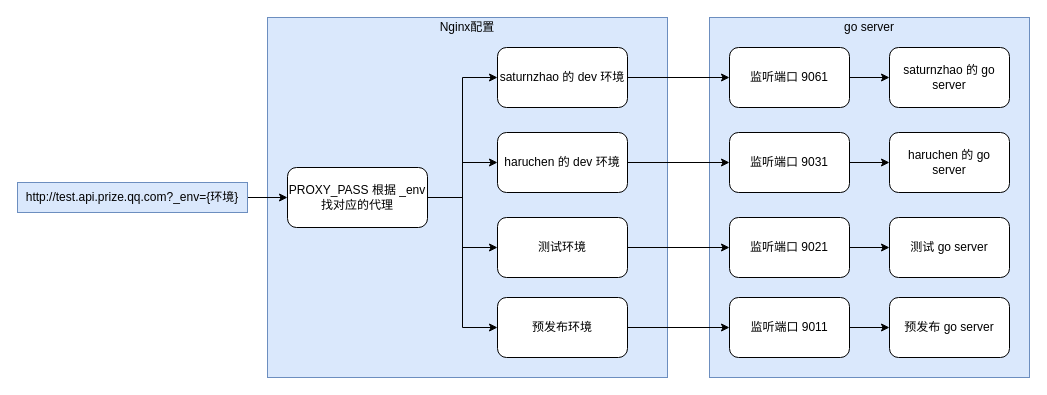
Before: 测试环境的问题.drawio in SaturnRings/draw, a draw.io diagram. Source tidied: cells renumbered, new cells numbered last; positions are measured from the earlier drawing's top-left corner, leaving out a move shared by most shapes. Both pictures are drawn from the tidied source at 100%, with x=0, y=0 at pixel (17, 17).
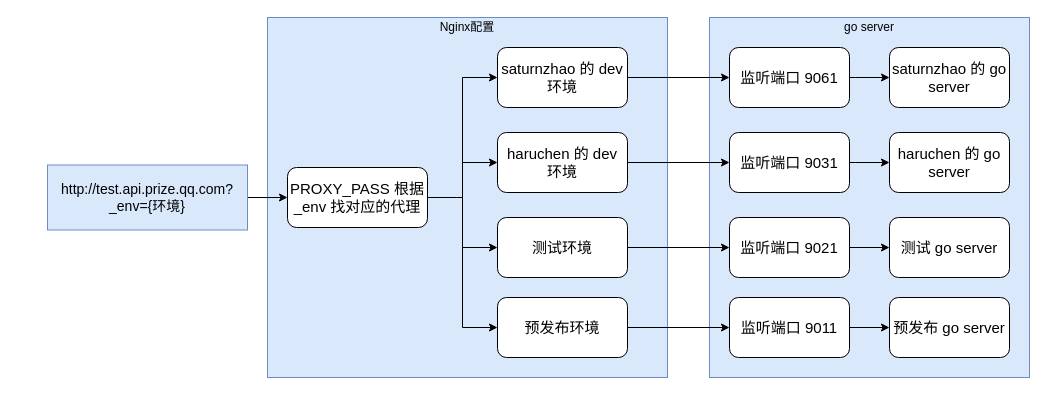
The same page after the edit.

Commit message (it also covers changes not shown here):
Update 测试环境的问题.drawio

What changed in the source:
```diff
@@
-    <mxCell id="2" style="rounded=0;whiteSpace=wrap;html=1;fillColor=#dae8fc;strokeColor=#6c8ebf;" parent="1" vertex="1">
+    <mxCell id="2" style="rounded=0;whiteSpace=wrap;html=1;fillColor=#dae8fc;strokeColor=#6c8ebf;fontSize=12;" parent="1" vertex="1">
       <mxGeometry x="692" width="320" height="360" as="geometry" />
     </mxCell>
-    <mxCell id="3" style="rounded=0;whiteSpace=wrap;html=1;fillColor=#dae8fc;strokeColor=#6c8ebf;" parent="1" vertex="1">
+    <mxCell id="3" style="rounded=0;whiteSpace=wrap;html=1;fillColor=#dae8fc;strokeColor=#6c8ebf;fontSize=12;" parent="1" vertex="1">
       <mxGeometry x="250" width="400" height="360" as="geometry" />
     </mxCell>
-    <mxCell id="4" style="edgeStyle=orthogonalEdgeStyle;rounded=0;jettySize=auto;html=1;entryX=0;entryY=0.5;entryDx=0;entryDy=0;" parent="1" edge="1" source="5" target="11">
+    <mxCell id="4" style="edgeStyle=orthogonalEdgeStyle;rounded=0;jettySize=auto;html=1;entryX=0;entryY=0.5;entryDx=0;entryDy=0;fontSize=12;" parent="1" edge="1" source="5" target="11">
       <mxGeometry relative="1" as="geometry" />
     </mxCell>
-    <mxCell id="5" value="http://test.api.prize.qq.com?_env={环境}" style="rounded=0;whiteSpace=wrap;html=1;fillColor=#dae8fc;strokeColor=#6c8ebf;" parent="1" vertex="1">
-      <mxGeometry y="165" width="230" height="30" as="geometry" />
+    <mxCell id="5" value="http://test.api.prize.qq.com?_env={环境}" style="rounded=0;whiteSpace=wrap;html=1;fillColor=#dae8fc;strokeColor=#6c8ebf;fontSize=14;" parent="1" vertex="1">
+      <mxGeometry x="30" y="147.5" width="200" height="65" as="geometry" />
     </mxCell>
-    <mxCell id="6" value="Nginx配置" style="text;html=1;strokeColor=none;fillColor=none;align=center;verticalAlign=middle;whiteSpace=wrap;rounded=0;" parent="1" vertex="1">
+    <mxCell id="6" value="Nginx配置" style="text;html=1;strokeColor=none;fillColor=none;align=center;verticalAlign=middle;whiteSpace=wrap;rounded=0;fontSize=12;" parent="1" vertex="1">
       <mxGeometry x="420" width="60" height="20" as="geometry" />
     </mxCell>
-    <mxCell id="7" style="edgeStyle=orthogonalEdgeStyle;rounded=0;jettySize=auto;html=1;entryX=0;entryY=0.5;entryDx=0;entryDy=0;" parent="1" edge="1" source="11" target="13">
+    <mxCell id="7" style="edgeStyle=orthogonalEdgeStyle;rounded=0;jettySize=auto;html=1;entryX=0;entryY=0.5;entryDx=0;entryDy=0;fontSize=12;" parent="1" edge="1" source="11" target="13">
       <mxGeometry relative="1" as="geometry" />
     </mxCell>
-    <mxCell id="8" style="edgeStyle=orthogonalEdgeStyle;rounded=0;jettySize=auto;html=1;entryX=0;entryY=0.5;entryDx=0;entryDy=0;" parent="1" edge="1" source="11" target="19">
+    <mxCell id="8" style="edgeStyle=orthogonalEdgeStyle;rounded=0;jettySize=auto;html=1;entryX=0;entryY=0.5;entryDx=0;entryDy=0;fontSize=12;" parent="1" edge="1" source="11" target="19">
       <mxGeometry relative="1" as="geometry" />
     </mxCell>
-    <mxCell id="9" style="edgeStyle=orthogonalEdgeStyle;rounded=0;jettySize=auto;html=1;entryX=0;entryY=0.5;entryDx=0;entryDy=0;" parent="1" edge="1" source="11" target="15">
+    <mxCell id="9" style="edgeStyle=orthogonalEdgeStyle;rounded=0;jettySize=auto;html=1;entryX=0;entryY=0.5;entryDx=0;entryDy=0;fontSize=12;" parent="1" edge="1" source="11" target="15">
       <mxGeometry relative="1" as="geometry" />
     </mxCell>
-    <mxCell id="10" style="edgeStyle=orthogonalEdgeStyle;rounded=0;jettySize=auto;html=1;entryX=0;entryY=0.5;entryDx=0;entryDy=0;" parent="1" edge="1" source="11" target="17">
+    <mxCell id="10" style="edgeStyle=orthogonalEdgeStyle;rounded=0;jettySize=auto;html=1;entryX=0;entryY=0.5;entryDx=0;entryDy=0;fontSize=12;" parent="1" edge="1" source="11" target="17">
       <mxGeometry relative="1" as="geometry" />
     </mxCell>
-    <mxCell id="11" value="PROXY_PASS 根据 _env 找对应的代理" style="rounded=1;whiteSpace=wrap;html=1;" parent="1" vertex="1">
+    <mxCell id="11" value="PROXY_PASS 根据 _env 找对应的代理" style="rounded=1;whiteSpace=wrap;html=1;fontSize=15;" parent="1" vertex="1">
       <mxGeometry x="270" y="150" width="140" height="60" as="geometry" />
     </mxCell>
-    <mxCell id="12" style="edgeStyle=orthogonalEdgeStyle;rounded=0;jettySize=auto;html=1;" parent="1" edge="1" source="13" target="21">
+    <mxCell id="12" style="edgeStyle=orthogonalEdgeStyle;rounded=0;jettySize=auto;html=1;fontSize=12;" parent="1" edge="1" source="13" target="21">
       <mxGeometry relative="1" as="geometry" />
     </mxCell>
-    <mxCell id="13" value="saturnzhao 的 dev 环境" style="rounded=1;whiteSpace=wrap;html=1;" parent="1" vertex="1">
+    <mxCell id="13" value="saturnzhao 的 dev 环境" style="rounded=1;whiteSpace=wrap;html=1;fontSize=15;" parent="1" vertex="1">
       <mxGeometry x="480" y="30" width="130" height="60" as="geometry" />
     </mxCell>
-    <mxCell id="14" style="edgeStyle=orthogonalEdgeStyle;rounded=0;jettySize=auto;html=1;" parent="1" edge="1" source="15" target="25">
+    <mxCell id="14" style="edgeStyle=orthogonalEdgeStyle;rounded=0;jettySize=auto;html=1;fontSize=12;" parent="1" edge="1" source="15" target="25">
       <mxGeometry relative="1" as="geometry" />
     </mxCell>
-    <mxCell id="15" value="测试环境" style="rounded=1;whiteSpace=wrap;html=1;" parent="1" vertex="1">
+    <mxCell id="15" value="测试环境" style="rounded=1;whiteSpace=wrap;html=1;fontSize=15;" parent="1" vertex="1">
       <mxGeometry x="480" y="200" width="130" height="60" as="geometry" />
     </mxCell>
-    <mxCell id="16" style="edgeStyle=orthogonalEdgeStyle;rounded=0;jettySize=auto;html=1;entryX=0;entryY=0.5;entryDx=0;entryDy=0;" parent="1" edge="1" source="17" target="27">
+    <mxCell id="16" style="edgeStyle=orthogonalEdgeStyle;rounded=0;jettySize=auto;html=1;entryX=0;entryY=0.5;entryDx=0;entryDy=0;fontSize=12;" parent="1" edge="1" source="17" target="27">
       <mxGeometry relative="1" as="geometry" />
     </mxCell>
-    <mxCell id="17" value="预发布环境" style="rounded=1;whiteSpace=wrap;html=1;" parent="1" vertex="1">
+    <mxCell id="17" value="预发布环境" style="rounded=1;whiteSpace=wrap;html=1;fontSize=15;" parent="1" vertex="1">
       <mxGeometry x="480" y="280" width="130" height="60" as="geometry" />
     </mxCell>
-    <mxCell id="18" style="edgeStyle=orthogonalEdgeStyle;rounded=0;jettySize=auto;html=1;entryX=0;entryY=0.5;entryDx=0;entryDy=0;" parent="1" edge="1" source="19" target="23">
+    <mxCell id="18" style="edgeStyle=orthogonalEdgeStyle;rounded=0;jettySize=auto;html=1;entryX=0;entryY=0.5;entryDx=0;entryDy=0;fontSize=12;" parent="1" edge="1" source="19" target="23">
       <mxGeometry relative="1" as="geometry" />
     </mxCell>
-    <mxCell id="19" value="haruchen 的 dev 环境" style="rounded=1;whiteSpace=wrap;html=1;" parent="1" vertex="1">
+    <mxCell id="19" value="haruchen 的 dev 环境" style="rounded=1;whiteSpace=wrap;html=1;fontSize=15;" parent="1" vertex="1">
       <mxGeometry x="480" y="115" width="130" height="60" as="geometry" />
     </mxCell>
-    <mxCell id="20" style="edgeStyle=orthogonalEdgeStyle;rounded=0;jettySize=auto;html=1;entryX=0;entryY=0.5;entryDx=0;entryDy=0;" parent="1" edge="1" source="21" target="28">
+    <mxCell id="20" style="edgeStyle=orthogonalEdgeStyle;rounded=0;jettySize=auto;html=1;entryX=0;entryY=0.5;entryDx=0;entryDy=0;fontSize=12;" parent="1" edge="1" source="21" target="28">
       <mxGeometry relative="1" as="geometry" />
     </mxCell>
-    <mxCell id="21" value="监听端口 9061" style="rounded=1;whiteSpace=wrap;html=1;" parent="1" vertex="1">
+    <mxCell id="21" value="监听端口 9061" style="rounded=1;whiteSpace=wrap;html=1;fontSize=15;" parent="1" vertex="1">
       <mxGeometry x="712" y="30" width="120" height="60" as="geometry" />
     </mxCell>
-    <mxCell id="22" style="edgeStyle=orthogonalEdgeStyle;rounded=0;jettySize=auto;html=1;entryX=0;entryY=0.5;entryDx=0;entryDy=0;" parent="1" edge="1" source="23" target="29">
+    <mxCell id="22" style="edgeStyle=orthogonalEdgeStyle;rounded=0;jettySize=auto;html=1;entryX=0;entryY=0.5;entryDx=0;entryDy=0;fontSize=12;" parent="1" edge="1" source="23" target="29">
       <mxGeometry relative="1" as="geometry" />
     </mxCell>
-    <mxCell id="23" value="监听端口 9031" style="rounded=1;whiteSpace=wrap;html=1;" parent="1" vertex="1">
+    <mxCell id="23" value="监听端口 9031" style="rounded=1;whiteSpace=wrap;html=1;fontSize=15;" parent="1" vertex="1">
       <mxGeometry x="712" y="115" width="120" height="60" as="geometry" />
     </mxCell>
-    <mxCell id="24" style="edgeStyle=orthogonalEdgeStyle;rounded=0;jettySize=auto;html=1;entryX=0;entryY=0.5;entryDx=0;entryDy=0;" parent="1" edge="1" source="25" target="30">
+    <mxCell id="24" style="edgeStyle=orthogonalEdgeStyle;rounded=0;jettySize=auto;html=1;entryX=0;entryY=0.5;entryDx=0;entryDy=0;fontSize=12;" parent="1" edge="1" source="25" target="30">
       <mxGeometry relative="1" as="geometry" />
     </mxCell>
-    <mxCell id="25" value="监听端口 9021" style="rounded=1;whiteSpace=wrap;html=1;" parent="1" vertex="1">
+    <mxCell id="25" value="监听端口 9021" style="rounded=1;whiteSpace=wrap;html=1;fontSize=15;" parent="1" vertex="1">
       <mxGeometry x="712" y="200" width="120" height="60" as="geometry" />
     </mxCell>
-    <mxCell id="26" style="edgeStyle=orthogonalEdgeStyle;rounded=0;jettySize=auto;html=1;entryX=0;entryY=0.5;entryDx=0;entryDy=0;" parent="1" edge="1" source="27" target="31">
+    <mxCell id="26" style="edgeStyle=orthogonalEdgeStyle;rounded=0;jettySize=auto;html=1;entryX=0;entryY=0.5;entryDx=0;entryDy=0;fontSize=12;" parent="1" edge="1" source="27" target="31">
       <mxGeometry relative="1" as="geometry" />
     </mxCell>
-    <mxCell id="27" value="监听端口 9011" style="rounded=1;whiteSpace=wrap;html=1;" parent="1" vertex="1">
+    <mxCell id="27" value="监听端口 9011" style="rounded=1;whiteSpace=wrap;html=1;fontSize=15;" parent="1" vertex="1">
       <mxGeometry x="712" y="280" width="120" height="60" as="geometry" />
     </mxCell>
-    <mxCell id="28" value="saturnzhao 的 go server" style="rounded=1;whiteSpace=wrap;html=1;" parent="1" vertex="1">
+    <mxCell id="28" value="saturnzhao 的 go server" style="rounded=1;whiteSpace=wrap;html=1;fontSize=15;" parent="1" vertex="1">
       <mxGeometry x="872" y="30" width="120" height="60" as="geometry" />
     </mxCell>
-    <mxCell id="29" value="haruchen 的 go server" style="rounded=1;whiteSpace=wrap;html=1;" parent="1" vertex="1">
+    <mxCell id="29" value="haruchen 的 go server" style="rounded=1;whiteSpace=wrap;html=1;fontSize=15;" parent="1" vertex="1">
       <mxGeometry x="872" y="115" width="120" height="60" as="geometry" />
     </mxCell>
-    <mxCell id="30" value="测试 go server" style="rounded=1;whiteSpace=wrap;html=1;" parent="1" vertex="1">
+    <mxCell id="30" value="测试 go server" style="rounded=1;whiteSpace=wrap;html=1;fontSize=15;" parent="1" vertex="1">
       <mxGeometry x="872" y="200" width="120" height="60" as="geometry" />
     </mxCell>
-    <mxCell id="31" value="预发布 go server" style="rounded=1;whiteSpace=wrap;html=1;" parent="1" vertex="1">
+    <mxCell id="31" value="预发布 go server" style="rounded=1;whiteSpace=wrap;html=1;fontSize=15;" parent="1" vertex="1">
       <mxGeometry x="872" y="280" width="120" height="60" as="geometry" />
     </mxCell>
-    <mxCell id="32" value="go server" style="text;html=1;strokeColor=none;fillColor=none;align=center;verticalAlign=middle;whiteSpace=wrap;rounded=0;" parent="1" vertex="1">
+    <mxCell id="32" value="go server" style="text;html=1;strokeColor=none;fillColor=none;align=center;verticalAlign=middle;whiteSpace=wrap;rounded=0;fontSize=12;" parent="1" vertex="1">
       <mxGeometry x="812" width="80" height="20" as="geometry" />
     </mxCell>
```
